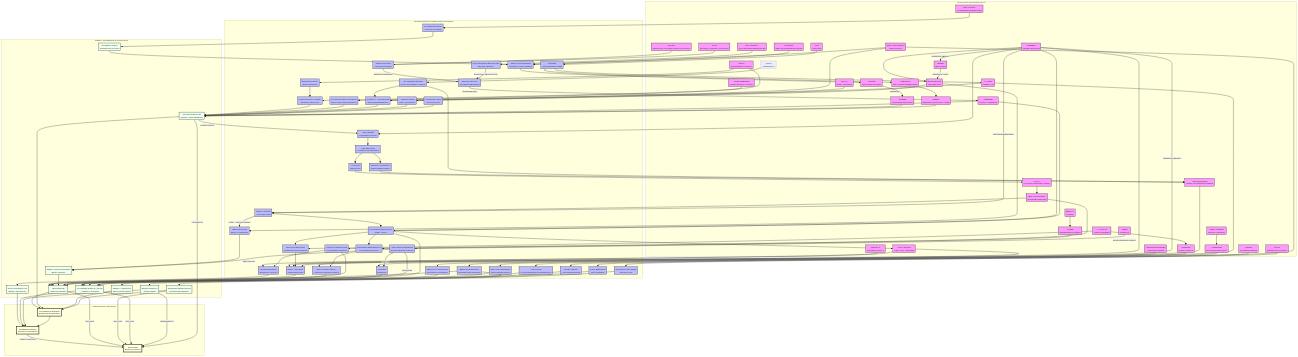
sayuj1989-ops/life keeps this Mermaid diagram as docs/figures/scoliosis_mechanism_map.png. Above is the earlier version. Its source is kept beside it as docs/figures/scoliosis_mechanism_map.mmd.
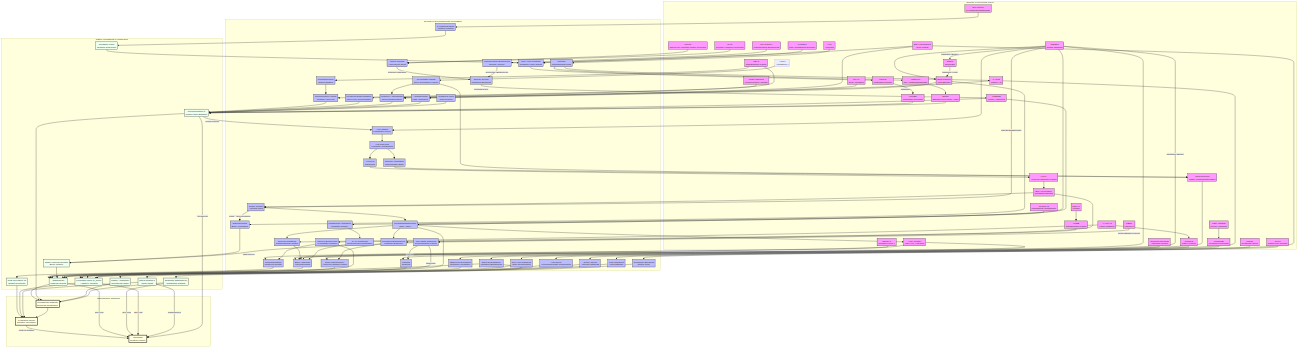
The same diagram one commit later.

Commit message:
weekly-map: add SLC39A8 Manganese Axis

The edit, as a diff of the source:
```diff
@@ -35,6 +35,7 @@
         FBN1[FBN1<br/>Fibrillin-1]
         CCN[CCN1/2<br/>Matrix Protein]
         PPARGC1A[PPARGC1A<br/>Mitochondrial Biogenesis]
+        SLC39A8[SLC39A8<br/>Manganese Transporter]
     end
 
     subgraph Processes [Cellular & Developmental Processes]
@@ -73,6 +74,8 @@
         Fibrosis[Fibrosis<br/>Scarring]
         TGFB[TGF-Beta Signaling<br/>Sequestration Failure]
         Osteocyte_Dendrite[Osteocyte Dendrites<br/>Network Formation]
+        Mn_Transport[Manganese Transport<br/>Cofactor Supply]
+        Glycosylation[GAG Synthesis<br/>Proteoglycan Maturation]
     end
 
     subgraph Tissue [Tissue Mechanics & Properties]
@@ -250,7 +253,11 @@
     TGFB -- "Fibrosis" --> Fibrosis
     TGFB -- "Stiffening" --> Stiffness
 
-    class HOX,COL,PIEZO1,PIEZO2,CILIA,LBX1,ADGRG6,PTK7,YAP,PKD2L1,MMP,URP,UTS2R,GFAP,VIM,LAMIN,BMAL1,RUNX3,METTL3,ESR1,MELATONIN,MT2,HIF1A,POC5,DSTYK,TFEB,Beta_Catenin,DPY19L1L,IGF1R,GHR,SOST,FBN1,CCN,PPARGC1A gene;
-    class Region,ECM_Assembly,Mech_Trans,Sym_Break,Neur_Diff,Muscle_Diff,Disc_Maint,PCP_Sig,Nucl_Shuttle,CSF_Sensing,Degradation,Astrogliosis,mtROS,Adipogenesis,Hydraulic_Congestion,Immune_Infilt,Circadian_Entrain,Proprio_Maint,H3K9me3,VCL_Stasis,Glymphatic_Stasis,Vestibular_Input,Gi_cAMP,Ciliary_Tuning,Hypoxia,Osteogenesis,Ciliary_Splint,Vacuole_Biogenesis,C_Mannosylation,Rapid_Growth,Energy_Deficit,mtBiogenesis,Fibrosis,TGFB,Osteocyte_Dendrite process;
+    SLC39A8 --> Mn_Transport
+    Mn_Transport --> Glycosylation
+    Glycosylation --> ECM_Assembly
+
+    class HOX,COL,PIEZO1,PIEZO2,CILIA,LBX1,ADGRG6,PTK7,YAP,PKD2L1,MMP,URP,UTS2R,GFAP,VIM,LAMIN,BMAL1,RUNX3,METTL3,ESR1,MELATONIN,MT2,HIF1A,POC5,DSTYK,TFEB,Beta_Catenin,DPY19L1L,IGF1R,GHR,SOST,FBN1,CCN,PPARGC1A,SLC39A8 gene;
+    class Region,ECM_Assembly,Mech_Trans,Sym_Break,Neur_Diff,Muscle_Diff,Disc_Maint,PCP_Sig,Nucl_Shuttle,CSF_Sensing,Degradation,Astrogliosis,mtROS,Adipogenesis,Hydraulic_Congestion,Immune_Infilt,Circadian_Entrain,Proprio_Maint,H3K9me3,VCL_Stasis,Glymphatic_Stasis,Vestibular_Input,Gi_cAMP,Ciliary_Tuning,Hypoxia,Osteogenesis,Ciliary_Splint,Vacuole_Biogenesis,C_Mannosylation,Rapid_Growth,Energy_Deficit,mtBiogenesis,Fibrosis,TGFB,Osteocyte_Dendrite,Mn_Transport,Glycosylation process;
     class Rest_Kappa,Stiffness,Torsional_Stiffness,Gain,Torsion,Muscle_Tone,Anisotropy,TMD,Reissner_Fiber tissue;
     class S_Curve,Stability,Scoliosis outcome;
```
